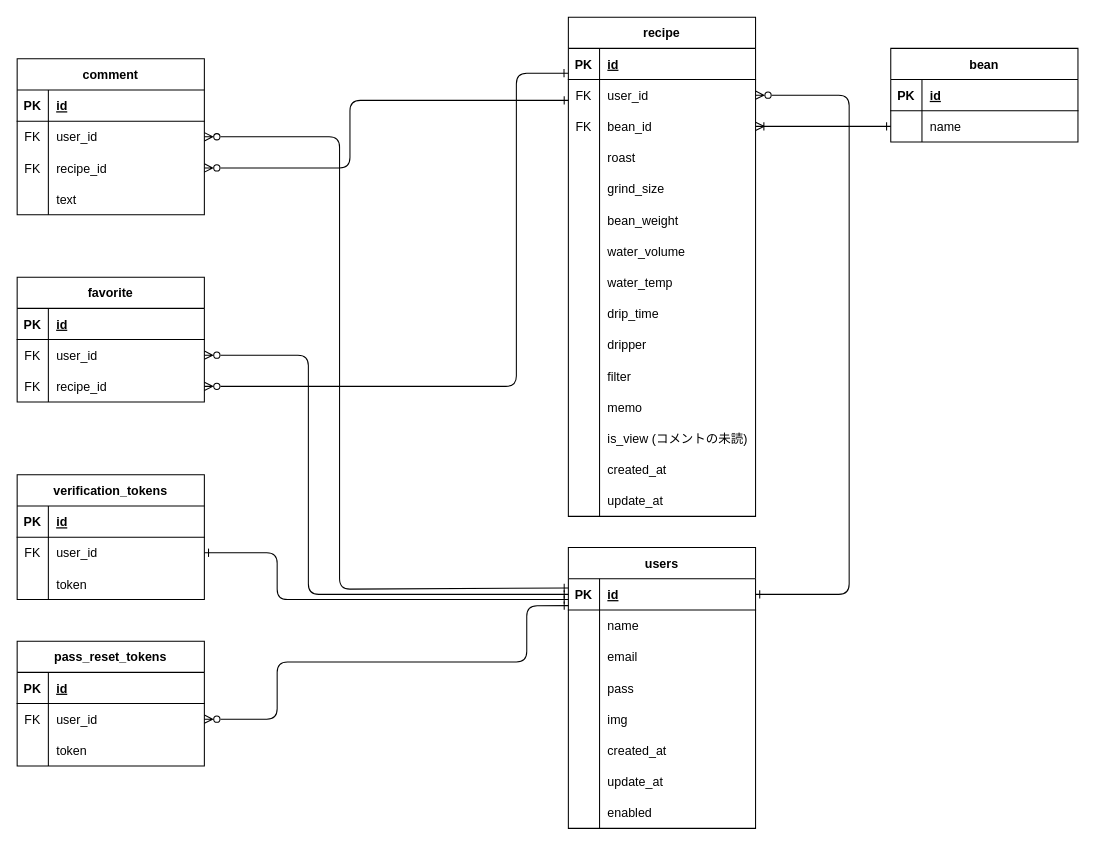
Before: ER.dio in sasa-0823/my_coffee, a draw.io diagram. Source tidied: cells renumbered, new cells numbered last; positions are measured from the earlier drawing's top-left corner, leaving out a move shared by most shapes. Both pictures are drawn from the tidied source at 104%, with x=0, y=0 at pixel (17, 17).
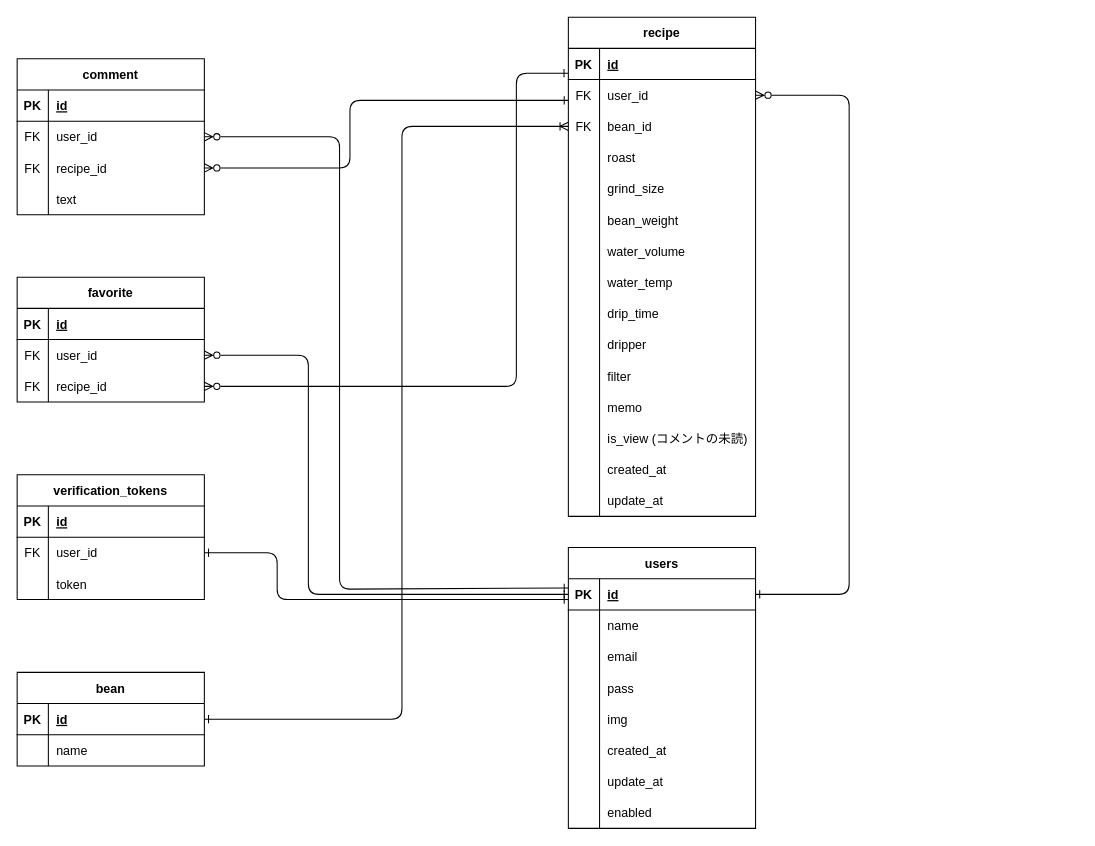
Above is the later version.

Unchanged cells that the change refers to:
```xml
<mxCell id="9" style="shape=tableRow;horizontal=0;startSize=0;swimlaneHead=0;swimlaneBody=0;fillColor=none;points=[[0,0.5],[1,0.5]];portConstraint=eastwest;top=0;left=0;right=0;bottom=0;" parent="2" vertex="1">
  <mxGeometry y="90" width="180" height="30" as="geometry" />
</mxCell>
<mxCell id="49" style="shape=tableRow;horizontal=0;startSize=0;swimlaneHead=0;swimlaneBody=0;fillColor=none;points=[[0,0.5],[1,0.5]];portConstraint=eastwest;top=0;left=0;right=0;bottom=1;" parent="48" vertex="1">
  <mxGeometry y="30" width="180" height="30" as="geometry" />
</mxCell>
<mxCell id="124" style="shape=tableRow;horizontal=0;startSize=0;swimlaneHead=0;swimlaneBody=0;fillColor=none;points=[[0,0.5],[1,0.5]];portConstraint=eastwest;top=0;left=0;right=0;bottom=1;" parent="123" vertex="1">
  <mxGeometry y="30" width="180" height="30" as="geometry" />
</mxCell>
<mxCell id="127" style="shape=tableRow;horizontal=0;startSize=0;swimlaneHead=0;swimlaneBody=0;fillColor=none;points=[[0,0.5],[1,0.5]];portConstraint=eastwest;top=0;left=0;right=0;bottom=0;" parent="123" vertex="1">
  <mxGeometry y="60" width="180" height="30" as="geometry" />
</mxCell>
```

Change to the diagram source:
```diff
@@
-    <mxCell id="83" value="pass_reset_tokens" style="shape=table;startSize=30;childLayout=tableLayout;rowLines=0;fontStyle=1;align=center;" parent="1" vertex="1">
-      <mxGeometry y="600" width="180" height="120" as="geometry" />
-    </mxCell>
-    <mxCell id="84" style="shape=tableRow;horizontal=0;startSize=0;swimlaneHead=0;swimlaneBody=0;fillColor=none;top=0;left=0;right=0;bottom=1;" parent="83" vertex="1">
-      <mxGeometry y="30" width="180" height="30" as="geometry" />
-    </mxCell>
-    <mxCell id="85" value="PK" style="shape=partialRectangle;fillColor=none;top=0;left=0;bottom=0;right=0;fontStyle=1;overflow=hidden;" parent="84" vertex="1">
-      <mxGeometry width="30" height="30" as="geometry" />
-    </mxCell>
-    <mxCell id="86" value="id" style="shape=partialRectangle;fillColor=none;top=0;left=0;bottom=0;right=0;align=left;spacingLeft=6;fontStyle=5;overflow=hidden;" parent="84" vertex="1">
-      <mxGeometry x="30" width="150" height="30" as="geometry" />
-    </mxCell>
-    <mxCell id="87" style="shape=tableRow;horizontal=0;startSize=0;swimlaneHead=0;swimlaneBody=0;fillColor=none;points=[[0,0.5],[1,0.5]];portConstraint=eastwest;top=0;left=0;right=0;bottom=0;" parent="83" vertex="1">
-      <mxGeometry y="60" width="180" height="30" as="geometry" />
-    </mxCell>
-    <mxCell id="88" value="FK" style="shape=partialRectangle;fillColor=none;top=0;left=0;bottom=0;right=0;overflow=hidden;" parent="87" vertex="1">
-      <mxGeometry width="30" height="30" as="geometry" />
-    </mxCell>
-    <mxCell id="89" value="user_id" style="shape=partialRectangle;fillColor=none;top=0;left=0;bottom=0;right=0;align=left;spacingLeft=6;overflow=hidden;" parent="87" vertex="1">
-      <mxGeometry x="30" width="150" height="30" as="geometry" />
-    </mxCell>
-    <mxCell id="90" style="shape=tableRow;horizontal=0;startSize=0;swimlaneHead=0;swimlaneBody=0;fillColor=none;top=0;left=0;right=0;bottom=0;" parent="83" vertex="1">
-      <mxGeometry y="90" width="180" height="30" as="geometry" />
-    </mxCell>
-    <mxCell id="91" style="shape=partialRectangle;fillColor=none;top=0;left=0;bottom=0;right=0;overflow=hidden;" parent="90" vertex="1">
-      <mxGeometry width="30" height="30" as="geometry" />
-    </mxCell>
-    <mxCell id="92" value="token" style="shape=partialRectangle;fillColor=none;top=0;left=0;bottom=0;right=0;align=left;spacingLeft=6;overflow=hidden;" parent="90" vertex="1">
-      <mxGeometry x="30" width="150" height="30" as="geometry" />
-    </mxCell>
@@
-    <mxCell id="119" style="edgeStyle=none;html=1;exitX=1;exitY=0.5;exitDx=0;exitDy=0;entryX=0;entryY=0.861;entryDx=0;entryDy=0;entryPerimeter=0;endArrow=ERone;endFill=0;startArrow=ERzeroToMany;startFill=0;" parent="1" edge="1" source="87" target="49">
-      <mxGeometry relative="1" as="geometry">
-        <Array as="points">
-          <mxPoint x="250" y="675" />
-          <mxPoint x="250" y="620" />
-          <mxPoint x="490" y="620" />
-          <mxPoint x="490" y="566" />
-        </Array>
-      </mxGeometry>
-    </mxCell>
@@
     <mxCell id="123" value="bean" style="shape=table;startSize=30;childLayout=tableLayout;rowLines=0;fontStyle=1;align=center;" parent="1" vertex="1">
-      <mxGeometry x="840" y="30" width="180" height="90" as="geometry" />
+      <mxGeometry y="630" width="180" height="90" as="geometry" />
     </mxCell>
@@
-    <mxCell id="130" style="edgeStyle=none;html=1;entryX=0;entryY=0.5;entryDx=0;entryDy=0;startArrow=ERoneToMany;startFill=0;endArrow=ERone;endFill=0;exitX=1;exitY=0.5;exitDx=0;exitDy=0;" parent="1" edge="1" source="9" target="127">
-      <mxGeometry relative="1" as="geometry" />
+    <mxCell id="130" style="edgeStyle=none;html=1;entryX=1;entryY=0.5;entryDx=0;entryDy=0;startArrow=ERoneToMany;startFill=0;endArrow=ERone;endFill=0;exitX=0;exitY=0.5;exitDx=0;exitDy=0;" parent="1" edge="1" source="9" target="124">
+      <mxGeometry relative="1" as="geometry">
+        <Array as="points">
+          <mxPoint x="370" y="105" />
+          <mxPoint x="370" y="675" />
+        </Array>
+      </mxGeometry>
     </mxCell>
```
